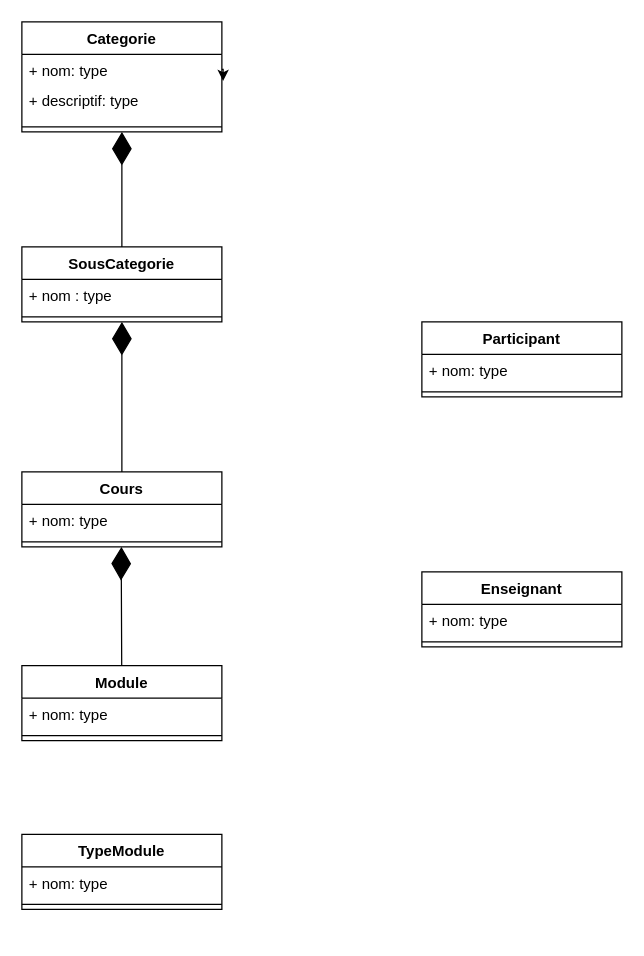
Earlier version of the draw.io diagram MasKaret.drawio (jean-seb-2106/pythontest). Source tidied: cells renumbered, new cells numbered last; positions are measured from the earlier drawing's top-left corner, leaving out a move shared by most shapes. Both pictures are drawn from the tidied source at 125%, with x=0, y=0 at pixel (21, 21).
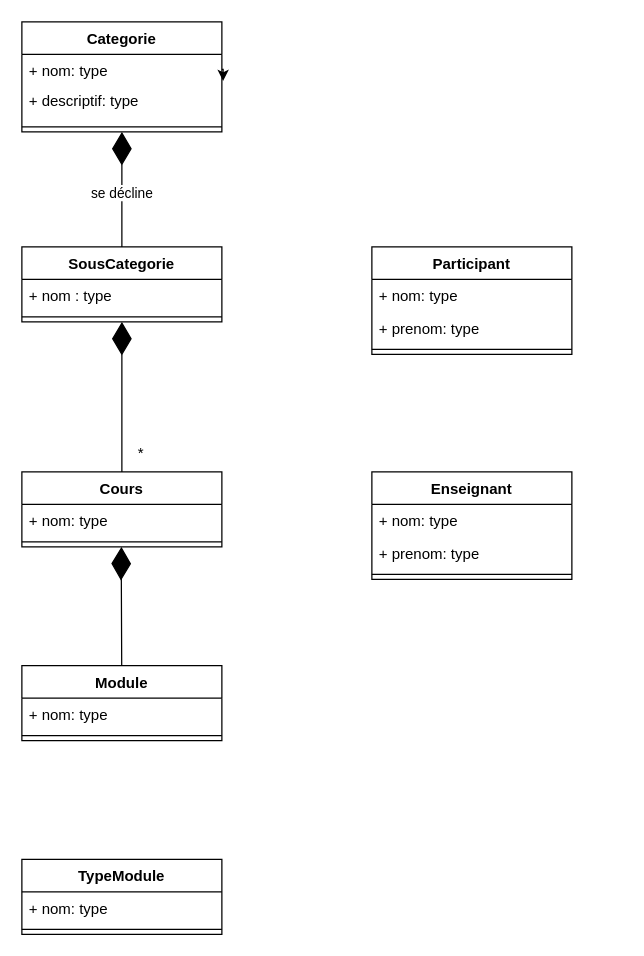
Above is the later version.

Commit message (it also covers changes not shown here):
Mettre à jour MasKaret.drawio

The change refers to these unchanged cells:
```xml
<mxCell id="19" style="endArrow=diamondThin;endFill=1;endSize=24;html=1;rounded=0;" parent="1" edge="1" source="7" target="2">
  <mxGeometry relative="1" as="geometry" />
</mxCell>
```

The edit, as a diff of the source:
```diff
@@
     <mxCell id="16" value="TypeModule" style="swimlane;fontStyle=1;align=center;verticalAlign=top;horizontal=1;startSize=26;whiteSpace=wrap;html=1;" parent="1" vertex="1">
-      <mxGeometry y="650" width="160" height="60" as="geometry" />
+      <mxGeometry y="670" width="160" height="60" as="geometry" />
     </mxCell>
@@
+    <mxCell id="28" value="se décline" style="edgeLabel;html=1;align=center;verticalAlign=middle;" parent="19" vertex="1">
+      <mxGeometry x="-0.04" y="1" relative="1" as="geometry" />
+    </mxCell>
@@
     <mxCell id="22" value="Enseignant" style="swimlane;fontStyle=1;align=center;verticalAlign=top;horizontal=1;startSize=26;whiteSpace=wrap;html=1;" parent="1" vertex="1">
-      <mxGeometry x="320" y="440" width="160" height="60" as="geometry" />
+      <mxGeometry x="280" y="360" width="160" height="86" as="geometry" />
     </mxCell>
@@
+    <mxCell id="29" value="+ prenom: type" style="text;strokeColor=none;fillColor=none;align=left;verticalAlign=top;spacingLeft=4;spacingRight=4;overflow=hidden;whiteSpace=wrap;html=1;" parent="22" vertex="1">
+      <mxGeometry y="52" width="160" height="26" as="geometry" />
+    </mxCell>
     <mxCell id="24" style="line;strokeWidth=1;fillColor=none;align=left;verticalAlign=middle;spacingTop=-1;spacingLeft=3;spacingRight=3;labelPosition=right;strokeColor=inherit;" parent="22" vertex="1">
-      <mxGeometry y="52" width="160" height="8" as="geometry" />
+      <mxGeometry y="78" width="160" height="8" as="geometry" />
     </mxCell>
     <mxCell id="25" value="Participant" style="swimlane;fontStyle=1;align=center;verticalAlign=top;horizontal=1;startSize=26;whiteSpace=wrap;html=1;" parent="1" vertex="1">
-      <mxGeometry x="320" y="240" width="160" height="60" as="geometry" />
+      <mxGeometry x="280" y="180" width="160" height="86" as="geometry" />
     </mxCell>
@@
+    <mxCell id="30" value="+ prenom: type" style="text;strokeColor=none;fillColor=none;align=left;verticalAlign=top;spacingLeft=4;spacingRight=4;overflow=hidden;whiteSpace=wrap;html=1;" parent="25" vertex="1">
+      <mxGeometry y="52" width="160" height="26" as="geometry" />
+    </mxCell>
     <mxCell id="27" style="line;strokeWidth=1;fillColor=none;align=left;verticalAlign=middle;spacingTop=-1;spacingLeft=3;spacingRight=3;labelPosition=right;strokeColor=inherit;" parent="25" vertex="1">
-      <mxGeometry y="52" width="160" height="8" as="geometry" />
+      <mxGeometry y="78" width="160" height="8" as="geometry" />
     </mxCell>
+    <mxCell id="31" value="*" style="text;html=1;align=center;verticalAlign=middle;strokeColor=none;fillColor=none;" parent="1" vertex="1">
+      <mxGeometry x="80" y="330" width="30" height="30" as="geometry" />
+    </mxCell>
```
